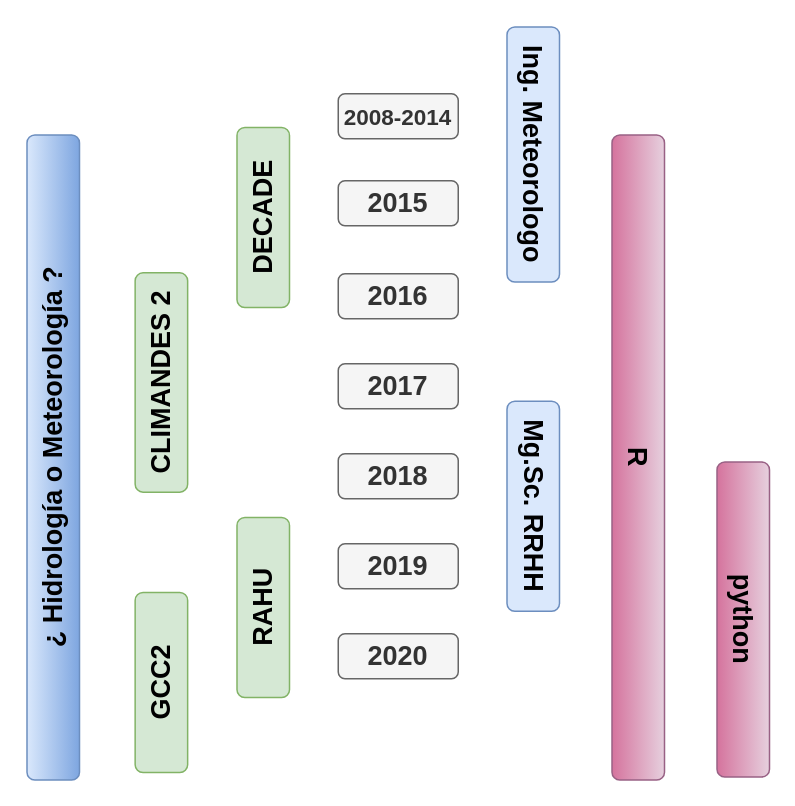
The draw.io diagram workflow_adrian.drawio in adrHuerta/diagrams, before the edit. Source tidied: cells renumbered, new cells numbered last; positions are measured from the earlier drawing's top-left corner, leaving out a move shared by most shapes. Both pictures are drawn from the tidied source at 150%, with x=0, y=0 at pixel (-270, 93).
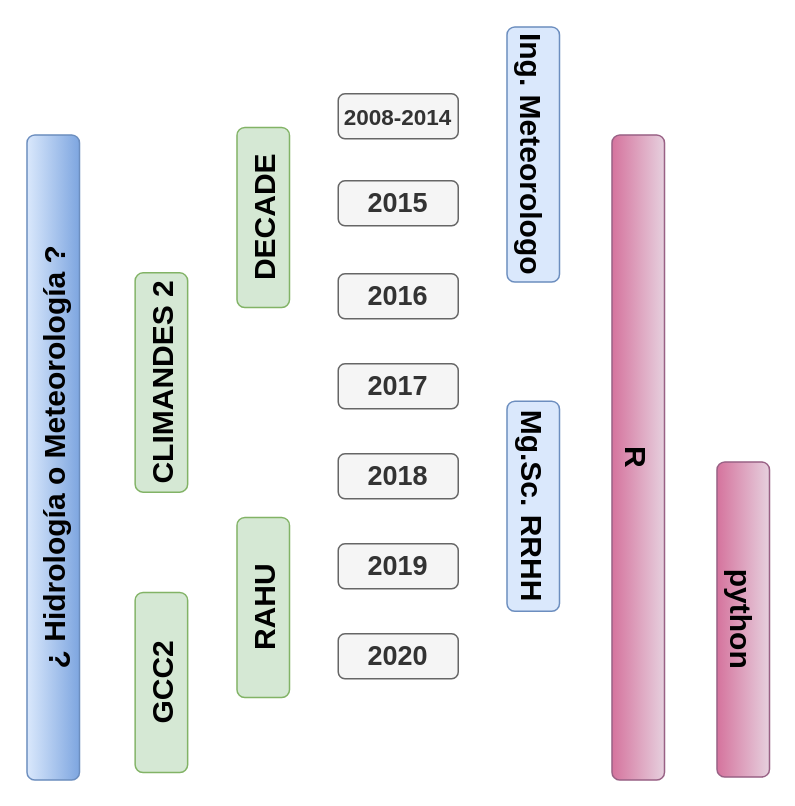
The same diagram, later.

Diff of the diagram source:
```diff
@@
 <mxGraphModel>
   <root>
     <mxCell id="0" />
     <mxCell id="1" parent="0" />
     <mxCell id="2" value="2008-2014" style="rounded=1;whiteSpace=wrap;html=1;strokeColor=#666666;fillColor=#f5f5f5;fontColor=#333333;fontSize=15;fontStyle=1;" parent="1" vertex="1">
       <mxGeometry x="405" width="80" height="30" as="geometry" />
     </mxCell>
-    <mxCell id="3" value="DECADE" style="rounded=1;whiteSpace=wrap;html=1;fontSize=18;rotation=-90;fontStyle=1;fillColor=#d5e8d4;strokeColor=#82b366;" parent="1" vertex="1">
+    <mxCell id="3" value="DECADE" style="rounded=1;whiteSpace=wrap;html=1;fontSize=20;rotation=-90;fontStyle=1;fillColor=#d5e8d4;strokeColor=#82b366;" parent="1" vertex="1">
       <mxGeometry x="295" y="65" width="120" height="35" as="geometry" />
     </mxCell>
-    <mxCell id="4" value="RAHU" style="rounded=1;whiteSpace=wrap;html=1;fontSize=18;rotation=-90;fontStyle=1;fillColor=#d5e8d4;strokeColor=#82b366;" parent="1" vertex="1">
+    <mxCell id="4" value="RAHU" style="rounded=1;whiteSpace=wrap;html=1;fontSize=20;rotation=-90;fontStyle=1;fillColor=#d5e8d4;strokeColor=#82b366;" parent="1" vertex="1">
       <mxGeometry x="295" y="325" width="120" height="35" as="geometry" />
     </mxCell>
-    <mxCell id="5" value="GCC2" style="rounded=1;whiteSpace=wrap;html=1;fontSize=18;rotation=-90;fontStyle=1;fillColor=#d5e8d4;strokeColor=#82b366;" parent="1" vertex="1">
+    <mxCell id="5" value="GCC2" style="rounded=1;whiteSpace=wrap;html=1;fontSize=20;rotation=-90;fontStyle=1;fillColor=#d5e8d4;strokeColor=#82b366;" parent="1" vertex="1">
       <mxGeometry x="227.1" y="375" width="120" height="35" as="geometry" />
     </mxCell>
-    <mxCell id="6" value="Ing. Meteorologo" style="rounded=1;whiteSpace=wrap;html=1;fontSize=18;rotation=90;fontStyle=1;fillColor=#dae8fc;strokeColor=#6c8ebf;" parent="1" vertex="1">
+    <mxCell id="6" value="Ing. Meteorologo" style="rounded=1;whiteSpace=wrap;html=1;fontSize=20;rotation=90;fontStyle=1;fillColor=#dae8fc;strokeColor=#6c8ebf;" parent="1" vertex="1">
       <mxGeometry x="450" y="23" width="170" height="35" as="geometry" />
     </mxCell>
-    <mxCell id="7" value="Mg.Sc. RRHH" style="rounded=1;whiteSpace=wrap;html=1;fontSize=18;rotation=90;fontStyle=1;fillColor=#dae8fc;strokeColor=#6c8ebf;" parent="1" vertex="1">
+    <mxCell id="7" value="Mg.Sc. RRHH" style="rounded=1;whiteSpace=wrap;html=1;fontSize=20;rotation=90;fontStyle=1;fillColor=#dae8fc;strokeColor=#6c8ebf;" parent="1" vertex="1">
       <mxGeometry x="465" y="257.5" width="140" height="35" as="geometry" />
     </mxCell>
-    <mxCell id="8" value="R" style="rounded=1;whiteSpace=wrap;html=1;fontSize=18;rotation=90;fontStyle=1;fillColor=#e6d0de;strokeColor=#996185;gradientColor=#d5739d;" parent="1" vertex="1">
+    <mxCell id="8" value="R" style="rounded=1;whiteSpace=wrap;html=1;fontSize=20;rotation=90;fontStyle=1;fillColor=#e6d0de;strokeColor=#996185;gradientColor=#d5739d;" parent="1" vertex="1">
       <mxGeometry x="390" y="225" width="430" height="35" as="geometry" />
     </mxCell>
-    <mxCell id="9" value="python" style="rounded=1;whiteSpace=wrap;html=1;fontSize=18;rotation=90;fontStyle=1;fillColor=#e6d0de;strokeColor=#996185;gradientColor=#d5739d;" parent="1" vertex="1">
+    <mxCell id="9" value="python" style="rounded=1;whiteSpace=wrap;html=1;fontSize=20;rotation=90;fontStyle=1;fillColor=#e6d0de;strokeColor=#996185;gradientColor=#d5739d;" parent="1" vertex="1">
       <mxGeometry x="570" y="333" width="210" height="35" as="geometry" />
     </mxCell>
     <mxCell id="10" value="2015" style="rounded=1;whiteSpace=wrap;html=1;strokeColor=#666666;fillColor=#f5f5f5;fontColor=#333333;fontSize=18;fontStyle=1;" parent="1" vertex="1">
       <mxGeometry x="405" y="58" width="80" height="30" as="geometry" />
     </mxCell>
     <mxCell id="11" value="2016" style="rounded=1;whiteSpace=wrap;html=1;strokeColor=#666666;fillColor=#f5f5f5;fontColor=#333333;fontSize=18;fontStyle=1;" parent="1" vertex="1">
       <mxGeometry x="405" y="120" width="80" height="30" as="geometry" />
     </mxCell>
     <mxCell id="12" value="2017" style="rounded=1;whiteSpace=wrap;html=1;strokeColor=#666666;fillColor=#f5f5f5;fontColor=#333333;fontSize=18;fontStyle=1;" parent="1" vertex="1">
       <mxGeometry x="405" y="180" width="80" height="30" as="geometry" />
     </mxCell>
     <mxCell id="13" value="2018" style="rounded=1;whiteSpace=wrap;html=1;strokeColor=#666666;fillColor=#f5f5f5;fontColor=#333333;fontSize=18;fontStyle=1;" parent="1" vertex="1">
       <mxGeometry x="405" y="240" width="80" height="30" as="geometry" />
     </mxCell>
     <mxCell id="14" value="2019" style="rounded=1;whiteSpace=wrap;html=1;strokeColor=#666666;fillColor=#f5f5f5;fontColor=#333333;fontSize=18;fontStyle=1;" parent="1" vertex="1">
       <mxGeometry x="405" y="300" width="80" height="30" as="geometry" />
     </mxCell>
     <mxCell id="15" value="2020" style="rounded=1;whiteSpace=wrap;html=1;strokeColor=#666666;fillColor=#f5f5f5;fontColor=#333333;fontSize=18;fontStyle=1;" parent="1" vertex="1">
       <mxGeometry x="405" y="360" width="80" height="30" as="geometry" />
     </mxCell>
     <mxCell id="16" style="edgeStyle=orthogonalEdgeStyle;rounded=0;orthogonalLoop=1;jettySize=auto;html=1;exitX=0.5;exitY=1;exitDx=0;exitDy=0;fontSize=18;" parent="1" edge="1" source="13" target="13">
       <mxGeometry relative="1" as="geometry" />
     </mxCell>
-    <mxCell id="17" value="CLIMANDES 2" style="rounded=1;whiteSpace=wrap;html=1;fontSize=18;rotation=-90;fontStyle=1;fillColor=#d5e8d4;strokeColor=#82b366;" parent="1" vertex="1">
+    <mxCell id="17" value="CLIMANDES 2" style="rounded=1;whiteSpace=wrap;html=1;fontSize=20;rotation=-90;fontStyle=1;fillColor=#d5e8d4;strokeColor=#82b366;" parent="1" vertex="1">
       <mxGeometry x="214" y="175" width="146.2" height="35" as="geometry" />
     </mxCell>
-    <mxCell id="18" value="&lt;b&gt;¿ Hidrología o Meteorología ?&lt;/b&gt;" style="rounded=1;whiteSpace=wrap;html=1;fontSize=18;rotation=-90;gradientColor=#7ea6e0;fillColor=#dae8fc;strokeColor=#6c8ebf;" parent="1" vertex="1">
+    <mxCell id="18" value="&lt;b style=&quot;font-size: 20px;&quot;&gt;¿ Hidrología o Meteorología ?&lt;/b&gt;" style="rounded=1;whiteSpace=wrap;html=1;fontSize=20;rotation=-90;gradientColor=#7ea6e0;fillColor=#dae8fc;strokeColor=#6c8ebf;" parent="1" vertex="1">
       <mxGeometry y="225" width="430" height="35" as="geometry" />
     </mxCell>
   </root>
 </mxGraphModel>
```
